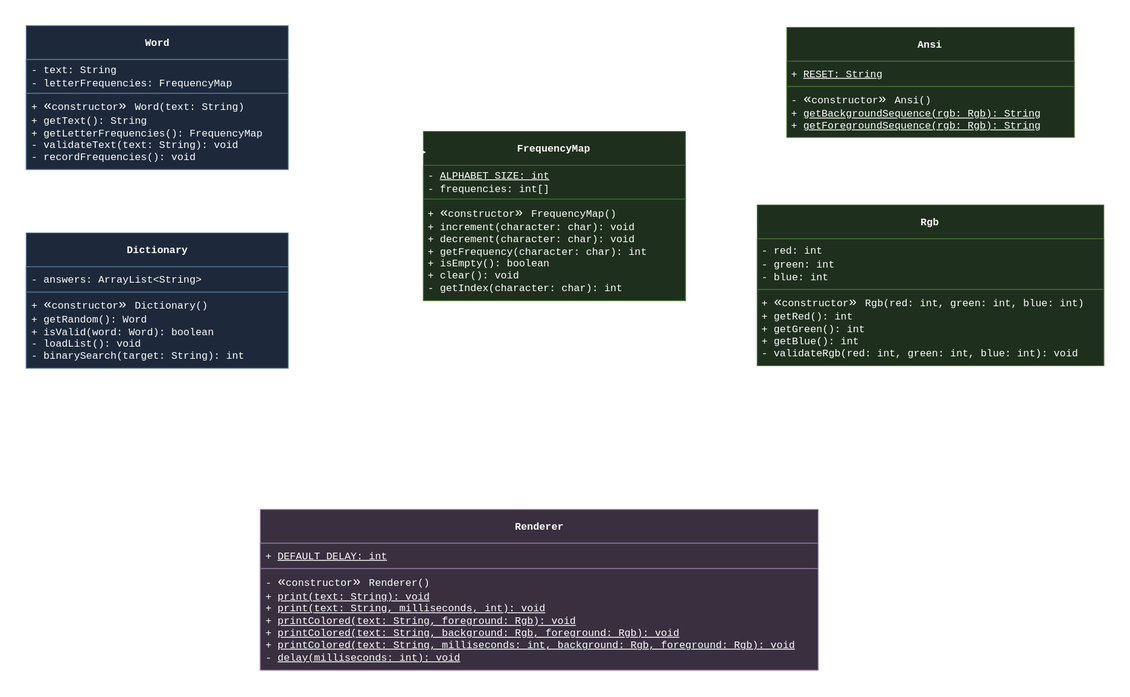
The draw.io diagram assets/class-diagram.svg in actuallyhollow/basic-wordle-java, before a commit. Source tidied: cells renumbered, new cells last; positions are measured from the earlier drawing's top-left corner, leaving out a move shared by most shapes.
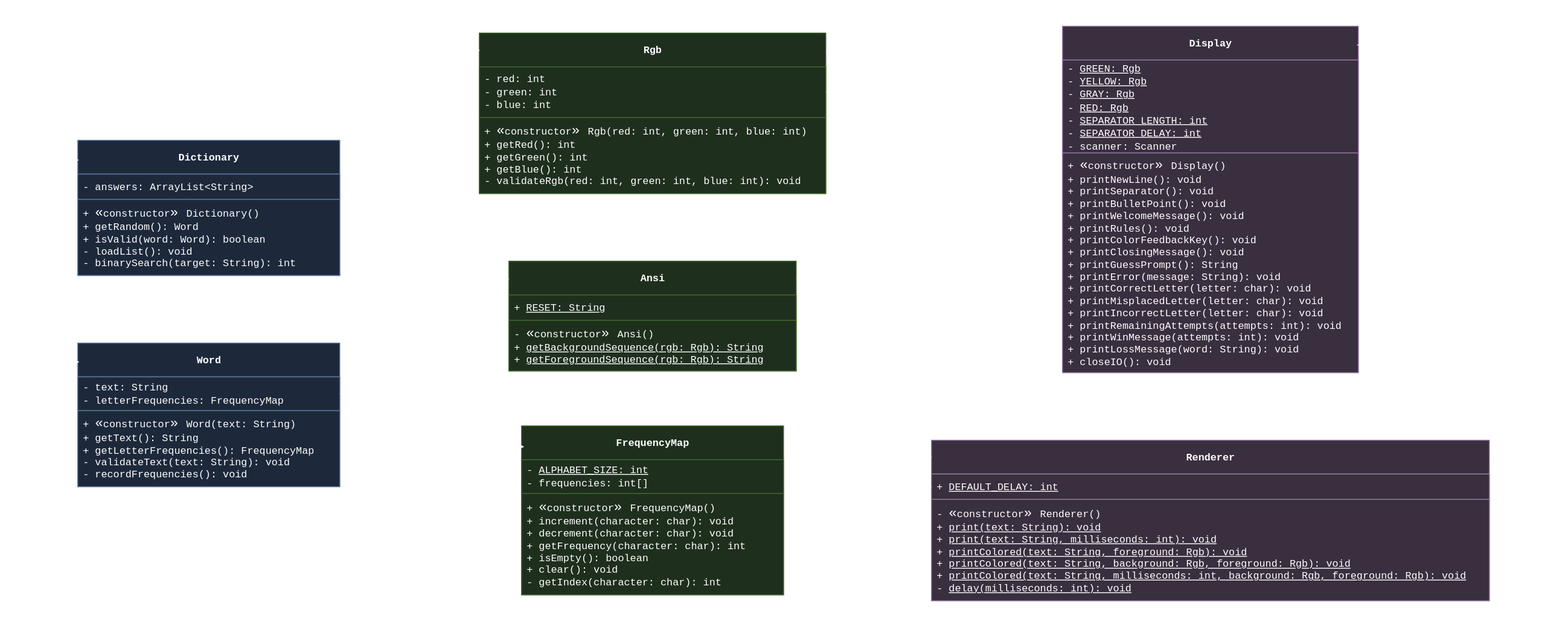
Above is the later version.

Commit message:
docs(assets): update UML and tree for Display

* Update SVG file tree to include Display and its test suite.
* Expand UML class diagram to map Display architecture and relations.
* Add dashed dependency lines to accurately map "uses" relationships.
* Fix parameter list syntax for Renderer's print(String, int) method.
* Export updated SVG visual assets to reflect latest changes.

Diff of the diagram source:
```diff
@@ -5,3 +5,3 @@
     <mxCell id="2" value="&lt;div&gt;&lt;span style=&quot;background-color: transparent;&quot;&gt;&lt;font style=&quot;&quot; face=&quot;Menlo, Monaco, 'Courier New', monospace&quot;&gt;FrequencyMap&lt;/font&gt;&lt;/span&gt;&lt;/div&gt;" style="swimlane;fontStyle=1;align=center;verticalAlign=middle;horizontal=1;startSize=40;whiteSpace=wrap;html=1;fillColor=#d5e8d4;strokeColor=#82b366;fontColor=light-dark(#000000,#FFFFFF);" parent="1" vertex="1">
-      <mxGeometry x="470" y="125" width="310" height="200" as="geometry" />
+      <mxGeometry x="327" y="514" width="310" height="200" as="geometry" />
     </mxCell>
@@ -14,3 +14,3 @@
     <mxCell id="5" value="&lt;div&gt;&lt;span style=&quot;background-color: transparent;&quot;&gt;&lt;font style=&quot;&quot; face=&quot;Menlo, Monaco, 'Courier New', monospace&quot;&gt;Word&lt;/font&gt;&lt;/span&gt;&lt;/div&gt;" style="swimlane;fontStyle=1;align=center;verticalAlign=middle;horizontal=1;startSize=40;whiteSpace=wrap;html=1;fillColor=#dae8fc;strokeColor=#6c8ebf;" parent="1" vertex="1">
-      <mxGeometry width="310" height="170" as="geometry" />
+      <mxGeometry x="-198" y="416" width="310" height="170" as="geometry" />
     </mxCell>
@@ -22,12 +22,7 @@
     </mxCell>
-    <mxCell id="8" style="endArrow=open;html=1;endSize=10;startArrow=diamondThin;startSize=15;startFill=1;edgeStyle=orthogonalEdgeStyle;align=left;verticalAlign=bottom;exitX=1;exitY=0.5;exitDx=0;exitDy=0;entryX=0.01;entryY=0.123;entryDx=0;entryDy=0;entryPerimeter=0;" parent="1" edge="1" source="6" target="2">
-      <mxGeometry x="-1" y="3" relative="1" as="geometry">
-        <Array as="points">
-          <mxPoint x="390" y="60" />
-          <mxPoint x="390" y="150" />
-        </Array>
-      </mxGeometry>
+    <mxCell id="8" style="endArrow=open;html=1;endSize=10;startArrow=diamondThin;startSize=15;startFill=1;edgeStyle=elbowEdgeStyle;align=left;verticalAlign=bottom;exitX=1;exitY=0.5;exitDx=0;exitDy=0;entryX=0.01;entryY=0.123;entryDx=0;entryDy=0;entryPerimeter=0;" parent="1" edge="1" source="6" target="2">
+      <mxGeometry x="-1" y="3" relative="1" as="geometry" />
     </mxCell>
     <mxCell id="9" value="&lt;div&gt;&lt;span style=&quot;background-color: transparent;&quot;&gt;&lt;font style=&quot;&quot; face=&quot;Menlo, Monaco, 'Courier New', monospace&quot;&gt;Dictionary&lt;/font&gt;&lt;/span&gt;&lt;/div&gt;" style="swimlane;fontStyle=1;align=center;verticalAlign=middle;horizontal=1;startSize=40;whiteSpace=wrap;html=1;fillColor=#dae8fc;strokeColor=#6c8ebf;" parent="1" vertex="1">
-      <mxGeometry y="245" width="310" height="160" as="geometry" />
+      <mxGeometry x="-198" y="176" width="310" height="160" as="geometry" />
     </mxCell>
@@ -40,3 +35,3 @@
     <mxCell id="12" value="&lt;div&gt;&lt;span style=&quot;background-color: transparent;&quot;&gt;&lt;font face=&quot;Menlo, Monaco, 'Courier New', monospace&quot; style=&quot;&quot;&gt;Rgb&lt;/font&gt;&lt;/span&gt;&lt;/div&gt;" style="swimlane;fontStyle=1;align=center;verticalAlign=middle;horizontal=1;startSize=40;whiteSpace=wrap;html=1;fillColor=#d5e8d4;strokeColor=#82b366;fontColor=light-dark(#000000,#FFFFFF);" parent="1" vertex="1">
-      <mxGeometry x="865" y="212" width="410" height="190" as="geometry" />
+      <mxGeometry x="277" y="49" width="410" height="190" as="geometry" />
     </mxCell>
@@ -49,3 +44,3 @@
     <mxCell id="15" value="&lt;div&gt;&lt;span style=&quot;background-color: transparent;&quot;&gt;&lt;font style=&quot;&quot; face=&quot;Menlo, Monaco, 'Courier New', monospace&quot;&gt;Ansi&lt;/font&gt;&lt;/span&gt;&lt;/div&gt;" style="swimlane;fontStyle=1;align=center;verticalAlign=middle;horizontal=1;startSize=40;whiteSpace=wrap;html=1;fillColor=#d5e8d4;strokeColor=#82b366;fontColor=light-dark(#000000,#FFFFFF);" parent="1" vertex="1">
-      <mxGeometry x="900" y="2" width="340" height="130" as="geometry" />
+      <mxGeometry x="312" y="319" width="340" height="130" as="geometry" />
     </mxCell>
@@ -58,3 +53,3 @@
     <mxCell id="18" value="&lt;div&gt;&lt;span style=&quot;background-color: transparent;&quot;&gt;&lt;font style=&quot;&quot; face=&quot;Menlo, Monaco, 'Courier New', monospace&quot;&gt;Renderer&lt;/font&gt;&lt;/span&gt;&lt;/div&gt;" style="swimlane;fontStyle=1;align=center;verticalAlign=middle;horizontal=1;startSize=40;whiteSpace=wrap;html=1;fillColor=#e1d5e7;strokeColor=#9673a6;" parent="1" vertex="1">
-      <mxGeometry x="277" y="572" width="660" height="190" as="geometry" />
+      <mxGeometry x="812" y="531" width="660" height="190" as="geometry" />
     </mxCell>
@@ -63,5 +58,61 @@
     </mxCell>
-    <mxCell id="20" value="&lt;div&gt;-&amp;nbsp;&lt;span style=&quot;background-color: transparent; scrollbar-color: rgb(75, 75, 75) rgb(27, 29, 30); font-size: medium; caret-color: rgb(0, 0, 0);&quot;&gt;«&lt;/span&gt;&lt;span style=&quot;background-color: transparent; scrollbar-color: rgb(75, 75, 75) rgb(27, 29, 30); text-align: center;&quot;&gt;constructor&lt;/span&gt;&lt;span style=&quot;background-color: transparent; scrollbar-color: rgb(75, 75, 75) rgb(27, 29, 30); font-size: medium; caret-color: rgb(0, 0, 0);&quot;&gt;&lt;font face=&quot;Menlo, Monaco, 'Courier New', monospace&quot;&gt;»&amp;nbsp;&lt;/font&gt;&lt;/span&gt;&lt;span style=&quot;background-color: transparent;&quot;&gt;Renderer()&lt;/span&gt;&lt;/div&gt;&lt;div&gt;&lt;span style=&quot;background-color: transparent;&quot;&gt;+ &lt;u&gt;print(text: String): void&lt;/u&gt;&lt;/span&gt;&lt;/div&gt;&lt;div&gt;&lt;span style=&quot;background-color: transparent;&quot;&gt;+ &lt;u&gt;print(text: String, milliseconds, int): void&lt;/u&gt;&lt;/span&gt;&lt;/div&gt;&lt;div&gt;&lt;span style=&quot;background-color: transparent;&quot;&gt;+ &lt;u&gt;printColored(text: String, foreground: Rgb): void&lt;/u&gt;&lt;/span&gt;&lt;/div&gt;&lt;div&gt;&lt;span style=&quot;background-color: transparent;&quot;&gt;+ &lt;u&gt;printColored(text: String, background: Rgb, foreground: Rgb): void&lt;/u&gt;&lt;/span&gt;&lt;/div&gt;&lt;div&gt;&lt;span style=&quot;background-color: transparent;&quot;&gt;+ &lt;u&gt;printColored(text: String, milliseconds: int, background: Rgb, foreground: Rgb): void&lt;/u&gt;&lt;/span&gt;&lt;/div&gt;&lt;div&gt;- &lt;u&gt;delay(milliseconds: int): void&lt;/u&gt;&lt;/div&gt;&lt;div&gt;&lt;div style=&quot;scrollbar-color: rgb(75, 75, 75) rgb(27, 29, 30);&quot;&gt;&lt;div style=&quot;scrollbar-color: rgb(75, 75, 75) rgb(27, 29, 30);&quot;&gt;&lt;/div&gt;&lt;/div&gt;&lt;/div&gt;" style="text;align=left;verticalAlign=middle;spacingLeft=4;spacingRight=4;overflow=hidden;whiteSpace=wrap;html=1;fontFamily=Menlo, Monaco, 'Courier New', monospace;fillColor=#e1d5e7;strokeColor=#9673a6;" parent="18" vertex="1">
+    <mxCell id="20" value="&lt;div&gt;-&amp;nbsp;&lt;span style=&quot;background-color: transparent; scrollbar-color: rgb(75, 75, 75) rgb(27, 29, 30); font-size: medium; caret-color: rgb(0, 0, 0);&quot;&gt;«&lt;/span&gt;&lt;span style=&quot;background-color: transparent; scrollbar-color: rgb(75, 75, 75) rgb(27, 29, 30); text-align: center;&quot;&gt;constructor&lt;/span&gt;&lt;span style=&quot;background-color: transparent; scrollbar-color: rgb(75, 75, 75) rgb(27, 29, 30); font-size: medium; caret-color: rgb(0, 0, 0);&quot;&gt;&lt;font face=&quot;Menlo, Monaco, 'Courier New', monospace&quot;&gt;»&amp;nbsp;&lt;/font&gt;&lt;/span&gt;&lt;span style=&quot;background-color: transparent;&quot;&gt;Renderer()&lt;/span&gt;&lt;/div&gt;&lt;div&gt;&lt;span style=&quot;background-color: transparent;&quot;&gt;+ &lt;u&gt;print(text: String): void&lt;/u&gt;&lt;/span&gt;&lt;/div&gt;&lt;div&gt;&lt;span style=&quot;background-color: transparent;&quot;&gt;+ &lt;u&gt;print(text: String, milliseconds: int): void&lt;/u&gt;&lt;/span&gt;&lt;/div&gt;&lt;div&gt;&lt;span style=&quot;background-color: transparent;&quot;&gt;+ &lt;u&gt;printColored(text: String, foreground: Rgb): void&lt;/u&gt;&lt;/span&gt;&lt;/div&gt;&lt;div&gt;&lt;span style=&quot;background-color: transparent;&quot;&gt;+ &lt;u&gt;printColored(text: String, background: Rgb, foreground: Rgb): void&lt;/u&gt;&lt;/span&gt;&lt;/div&gt;&lt;div&gt;&lt;span style=&quot;background-color: transparent;&quot;&gt;+ &lt;u&gt;printColored(text: String, milliseconds: int, background: Rgb, foreground: Rgb): void&lt;/u&gt;&lt;/span&gt;&lt;/div&gt;&lt;div&gt;- &lt;u&gt;delay(milliseconds: int): void&lt;/u&gt;&lt;/div&gt;&lt;div&gt;&lt;div style=&quot;scrollbar-color: rgb(75, 75, 75) rgb(27, 29, 30);&quot;&gt;&lt;div style=&quot;scrollbar-color: rgb(75, 75, 75) rgb(27, 29, 30);&quot;&gt;&lt;/div&gt;&lt;/div&gt;&lt;/div&gt;" style="text;align=left;verticalAlign=middle;spacingLeft=4;spacingRight=4;overflow=hidden;whiteSpace=wrap;html=1;fontFamily=Menlo, Monaco, 'Courier New', monospace;fillColor=#e1d5e7;strokeColor=#9673a6;" parent="18" vertex="1">
       <mxGeometry y="70" width="660" height="120" as="geometry" />
     </mxCell>
+    <mxCell id="21" value="&lt;div&gt;&lt;span style=&quot;background-color: transparent;&quot;&gt;&lt;font face=&quot;Menlo, Monaco, 'Courier New', monospace&quot; style=&quot;&quot;&gt;Display&lt;/font&gt;&lt;/span&gt;&lt;/div&gt;" style="swimlane;fontStyle=1;align=center;verticalAlign=middle;horizontal=1;startSize=40;whiteSpace=wrap;html=1;fillColor=#e1d5e7;strokeColor=#9673a6;fontColor=light-dark(#000000,#FFFFFF);" parent="1" vertex="1">
+      <mxGeometry x="967" y="41" width="350" height="410" as="geometry" />
+    </mxCell>
+    <mxCell id="22" value="&lt;div&gt;&lt;font face=&quot;Menlo, Monaco, 'Courier New', monospace&quot;&gt;-&amp;nbsp;&lt;u&gt;GREEN: Rgb&lt;/u&gt;&lt;/font&gt;&lt;/div&gt;&lt;div&gt;&lt;span style=&quot;font-family: Menlo, Monaco, &amp;quot;Courier New&amp;quot;, monospace;&quot;&gt;-&amp;nbsp;&lt;/span&gt;&lt;u style=&quot;scrollbar-color: rgb(75, 75, 75) rgb(27, 29, 30); font-family: Menlo, Monaco, &amp;quot;Courier New&amp;quot;, monospace;&quot;&gt;YELLOW: Rgb&lt;/u&gt;&lt;font face=&quot;Menlo, Monaco, 'Courier New', monospace&quot;&gt;&lt;u&gt;&lt;/u&gt;&lt;/font&gt;&lt;/div&gt;&lt;div&gt;&lt;span style=&quot;scrollbar-color: rgb(75, 75, 75) rgb(27, 29, 30); font-family: Menlo, Monaco, &amp;quot;Courier New&amp;quot;, monospace;&quot;&gt;-&amp;nbsp;&lt;u style=&quot;text-decoration-line: underline; scrollbar-color: rgb(75, 75, 75) rgb(27, 29, 30);&quot;&gt;GRAY: Rgb&lt;/u&gt;&lt;/span&gt;&lt;/div&gt;&lt;div&gt;&lt;span style=&quot;scrollbar-color: rgb(75, 75, 75) rgb(27, 29, 30); font-family: Menlo, Monaco, &amp;quot;Courier New&amp;quot;, monospace;&quot;&gt;&lt;span style=&quot;scrollbar-color: rgb(75, 75, 75) rgb(27, 29, 30);&quot;&gt;-&amp;nbsp;&lt;u style=&quot;text-decoration-line: underline; scrollbar-color: rgb(75, 75, 75) rgb(27, 29, 30);&quot;&gt;RED: Rgb&lt;/u&gt;&lt;/span&gt;&lt;/span&gt;&lt;/div&gt;&lt;div&gt;&lt;div style=&quot;scrollbar-color: rgb(75, 75, 75) rgb(27, 29, 30);&quot;&gt;&lt;span style=&quot;scrollbar-color: rgb(75, 75, 75) rgb(27, 29, 30); font-family: Menlo, Monaco, &amp;quot;Courier New&amp;quot;, monospace;&quot;&gt;&lt;span style=&quot;scrollbar-color: rgb(75, 75, 75) rgb(27, 29, 30);&quot;&gt;-&amp;nbsp;&lt;u style=&quot;scrollbar-color: rgb(75, 75, 75) rgb(27, 29, 30);&quot;&gt;SEPARATOR_LENGTH: int&lt;/u&gt;&lt;/span&gt;&lt;/span&gt;&lt;/div&gt;&lt;div style=&quot;scrollbar-color: rgb(75, 75, 75) rgb(27, 29, 30);&quot;&gt;&lt;div style=&quot;scrollbar-color: rgb(75, 75, 75) rgb(27, 29, 30);&quot;&gt;&lt;span style=&quot;scrollbar-color: rgb(75, 75, 75) rgb(27, 29, 30); font-family: Menlo, Monaco, &amp;quot;Courier New&amp;quot;, monospace;&quot;&gt;&lt;span style=&quot;scrollbar-color: rgb(75, 75, 75) rgb(27, 29, 30);&quot;&gt;-&amp;nbsp;&lt;u style=&quot;scrollbar-color: rgb(75, 75, 75) rgb(27, 29, 30);&quot;&gt;SEPARATOR_DELAY: int&lt;/u&gt;&lt;/span&gt;&lt;/span&gt;&lt;/div&gt;&lt;div style=&quot;scrollbar-color: rgb(75, 75, 75) rgb(27, 29, 30);&quot;&gt;&lt;span style=&quot;scrollbar-color: rgb(75, 75, 75) rgb(27, 29, 30); font-family: Menlo, Monaco, &amp;quot;Courier New&amp;quot;, monospace;&quot;&gt;&lt;span style=&quot;scrollbar-color: rgb(75, 75, 75) rgb(27, 29, 30);&quot;&gt;&lt;span style=&quot;scrollbar-color: rgb(75, 75, 75) rgb(27, 29, 30);&quot;&gt;- scanner: Scanner&lt;/span&gt;&lt;/span&gt;&lt;/span&gt;&lt;/div&gt;&lt;/div&gt;&lt;/div&gt;" style="text;align=left;verticalAlign=middle;spacingLeft=4;spacingRight=4;overflow=hidden;points=[[0,0.5],[1,0.5]];portConstraint=eastwest;whiteSpace=wrap;html=1;fillColor=#e1d5e7;strokeColor=#9673a6;fontColor=light-dark(#000000,#FFFFFF);" parent="21" vertex="1">
+      <mxGeometry y="40" width="350" height="110" as="geometry" />
+    </mxCell>
+    <mxCell id="23" value="&lt;div&gt;&lt;font style=&quot;&quot;&gt;&lt;span style=&quot;background-color: transparent; scrollbar-color: rgb(75, 75, 75) rgb(27, 29, 30); caret-color: rgb(0, 0, 0);&quot;&gt;&lt;font&gt;+&amp;nbsp;&lt;/font&gt;&lt;/span&gt;&lt;span style=&quot;background-color: transparent; scrollbar-color: rgb(75, 75, 75) rgb(27, 29, 30); font-size: medium; caret-color: rgb(0, 0, 0);&quot;&gt;«&lt;/span&gt;&lt;span style=&quot;background-color: transparent; scrollbar-color: rgb(75, 75, 75) rgb(27, 29, 30); text-align: center;&quot;&gt;constructor&lt;/span&gt;&lt;span style=&quot;background-color: transparent; scrollbar-color: rgb(75, 75, 75) rgb(27, 29, 30); font-size: medium; caret-color: rgb(0, 0, 0);&quot;&gt;&lt;font face=&quot;Menlo, Monaco, 'Courier New', monospace&quot;&gt;»&amp;nbsp;&lt;/font&gt;&lt;/span&gt;&lt;span style=&quot;background-color: transparent;&quot;&gt;Display()&lt;/span&gt;&lt;/font&gt;&lt;/div&gt;&lt;div&gt;&lt;span style=&quot;background-color: transparent;&quot;&gt;+ printNewLine(): void&lt;/span&gt;&lt;/div&gt;&lt;div&gt;&lt;span style=&quot;background-color: transparent;&quot;&gt;+ printSeparator(): void&lt;/span&gt;&lt;/div&gt;&lt;div&gt;&lt;span style=&quot;background-color: transparent;&quot;&gt;+ printBulletPoint(): void&lt;/span&gt;&lt;/div&gt;&lt;div&gt;&lt;span style=&quot;scrollbar-color: rgb(75, 75, 75) rgb(27, 29, 30); background-color: transparent;&quot;&gt;&lt;font style=&quot;&quot;&gt;&lt;div style=&quot;scrollbar-color: rgb(75, 75, 75) rgb(27, 29, 30);&quot;&gt;&lt;span style=&quot;scrollbar-color: rgb(75, 75, 75) rgb(27, 29, 30); background-color: transparent;&quot;&gt;+ printWelcomeMessage(): void&lt;/span&gt;&lt;/div&gt;&lt;div style=&quot;&quot;&gt;&lt;span style=&quot;scrollbar-color: rgb(75, 75, 75) rgb(27, 29, 30); background-color: transparent;&quot;&gt;+ printRules(): void&lt;/span&gt;&lt;/div&gt;&lt;div style=&quot;&quot;&gt;&lt;span style=&quot;scrollbar-color: rgb(75, 75, 75) rgb(27, 29, 30); background-color: transparent;&quot;&gt;+ printColorFeedbackKey(): void&lt;/span&gt;&lt;/div&gt;&lt;div style=&quot;&quot;&gt;&lt;span style=&quot;scrollbar-color: rgb(75, 75, 75) rgb(27, 29, 30); background-color: transparent;&quot;&gt;+ printClosingMessage(): void&lt;/span&gt;&lt;/div&gt;&lt;div style=&quot;&quot;&gt;&lt;span style=&quot;scrollbar-color: rgb(75, 75, 75) rgb(27, 29, 30); background-color: transparent;&quot;&gt;+ printGuessPrompt(): String&lt;/span&gt;&lt;/div&gt;&lt;div style=&quot;&quot;&gt;&lt;span style=&quot;scrollbar-color: rgb(75, 75, 75) rgb(27, 29, 30); background-color: transparent;&quot;&gt;+ printError(message: String): void&lt;/span&gt;&lt;/div&gt;&lt;div style=&quot;&quot;&gt;&lt;span style=&quot;scrollbar-color: rgb(75, 75, 75) rgb(27, 29, 30); background-color: transparent;&quot;&gt;+ printCorrectLetter(letter: char): void&lt;br&gt;+ printMisplacedLetter(letter: char): void&lt;br&gt;+ printIncorrectLetter(letter: char): void&lt;/span&gt;&lt;/div&gt;&lt;div style=&quot;&quot;&gt;&lt;span style=&quot;scrollbar-color: rgb(75, 75, 75) rgb(27, 29, 30); background-color: transparent;&quot;&gt;+ printRemainingAttempts(attempts: int): void&lt;/span&gt;&lt;/div&gt;&lt;div style=&quot;&quot;&gt;&lt;span style=&quot;scrollbar-color: rgb(75, 75, 75) rgb(27, 29, 30); background-color: transparent;&quot;&gt;+ printWinMessage(attempts: int): void&lt;/span&gt;&lt;/div&gt;&lt;div style=&quot;&quot;&gt;&lt;span style=&quot;scrollbar-color: rgb(75, 75, 75) rgb(27, 29, 30); background-color: transparent;&quot;&gt;+ printLossMessage(word: String): void&lt;/span&gt;&lt;/div&gt;&lt;div style=&quot;&quot;&gt;&lt;span style=&quot;scrollbar-color: rgb(75, 75, 75) rgb(27, 29, 30); background-color: transparent;&quot;&gt;+ closeIO(): void&lt;/span&gt;&lt;/div&gt;&lt;/font&gt;&lt;/span&gt;&lt;/div&gt;&lt;div&gt;&lt;div style=&quot;scrollbar-color: rgb(75, 75, 75) rgb(27, 29, 30);&quot;&gt;&lt;div style=&quot;scrollbar-color: rgb(75, 75, 75) rgb(27, 29, 30);&quot;&gt;&lt;/div&gt;&lt;/div&gt;&lt;/div&gt;" style="text;align=left;verticalAlign=middle;spacingLeft=4;spacingRight=4;overflow=hidden;whiteSpace=wrap;html=1;fontFamily=Menlo, Monaco, 'Courier New', monospace;fillColor=#e1d5e7;strokeColor=#9673a6;fontColor=light-dark(#000000,#FFFFFF);" parent="21" vertex="1">
+      <mxGeometry y="150" width="350" height="260" as="geometry" />
+    </mxCell>
+    <mxCell id="24" style="endArrow=open;html=1;endSize=10;startArrow=diamondThin;startSize=15;startFill=1;edgeStyle=orthogonalEdgeStyle;align=left;verticalAlign=bottom;exitX=0;exitY=0.5;exitDx=0;exitDy=0;" parent="1" edge="1" source="22" target="12">
+      <mxGeometry x="-1" y="3" relative="1" as="geometry">
+        <Array as="points">
+          <mxPoint x="822" y="136" />
+          <mxPoint x="822" y="71" />
+        </Array>
+      </mxGeometry>
+    </mxCell>
+    <mxCell id="25" style="endArrow=open;html=1;endSize=10;startArrow=none;startSize=15;startFill=0;align=left;verticalAlign=bottom;exitX=0.003;exitY=0.146;exitDx=0;exitDy=0;edgeStyle=elbowEdgeStyle;dashed=1;dashPattern=12 12;entryX=0.006;entryY=0.131;entryDx=0;entryDy=0;entryPerimeter=0;exitPerimeter=0;" parent="1" edge="1" source="9" target="5">
+      <mxGeometry x="-1" y="3" relative="1" as="geometry">
+        <Array as="points">
+          <mxPoint x="-248" y="321" />
+        </Array>
+      </mxGeometry>
+    </mxCell>
+    <mxCell id="26" style="endArrow=open;html=1;endSize=10;startArrow=none;startSize=15;startFill=0;align=left;verticalAlign=bottom;edgeStyle=elbowEdgeStyle;dashed=1;dashPattern=12 12;exitX=0;exitY=0.163;exitDx=0;exitDy=0;exitPerimeter=0;entryX=0.002;entryY=0.107;entryDx=0;entryDy=0;entryPerimeter=0;" parent="1" edge="1" source="15" target="12">
+      <mxGeometry x="-1" y="3" relative="1" as="geometry">
+        <Array as="points">
+          <mxPoint x="232" y="261" />
+        </Array>
+      </mxGeometry>
+    </mxCell>
+    <mxCell id="27" style="endArrow=open;html=1;endSize=10;startArrow=none;startSize=15;startFill=0;align=left;verticalAlign=bottom;edgeStyle=elbowEdgeStyle;dashed=1;dashPattern=12 12;entryX=1;entryY=0.5;entryDx=0;entryDy=0;exitX=0;exitY=0.105;exitDx=0;exitDy=0;exitPerimeter=0;" parent="1" edge="1" source="18" target="13">
+      <mxGeometry x="-1" y="3" relative="1" as="geometry">
+        <Array as="points">
+          <mxPoint x="752" y="331" />
+        </Array>
+      </mxGeometry>
+    </mxCell>
+    <mxCell id="28" style="endArrow=open;html=1;endSize=10;startArrow=none;startSize=15;startFill=0;align=left;verticalAlign=bottom;exitX=0;exitY=0.5;exitDx=0;exitDy=0;edgeStyle=elbowEdgeStyle;dashed=1;dashPattern=12 12;" parent="1" edge="1" source="19">
+      <mxGeometry x="-1" y="3" relative="1" as="geometry">
+        <mxPoint x="652" y="340" as="targetPoint" />
+        <Array as="points">
+          <mxPoint x="702" y="461" />
+        </Array>
+      </mxGeometry>
+    </mxCell>
+    <mxCell id="29" style="endArrow=open;html=1;endSize=10;startArrow=none;startSize=15;startFill=0;align=left;verticalAlign=bottom;edgeStyle=orthogonalEdgeStyle;dashed=1;dashPattern=12 12;exitX=0.996;exitY=0.054;exitDx=0;exitDy=0;exitPerimeter=0;entryX=1;entryY=0.105;entryDx=0;entryDy=0;entryPerimeter=0;" parent="1" edge="1" source="21" target="18">
+      <mxGeometry x="-1" y="3" relative="1" as="geometry">
+        <Array as="points">
+          <mxPoint x="1372" y="63" />
+          <mxPoint x="1372" y="481" />
+          <mxPoint x="1522" y="481" />
+          <mxPoint x="1522" y="551" />
+        </Array>
+      </mxGeometry>
+    </mxCell>
   </root>
```
